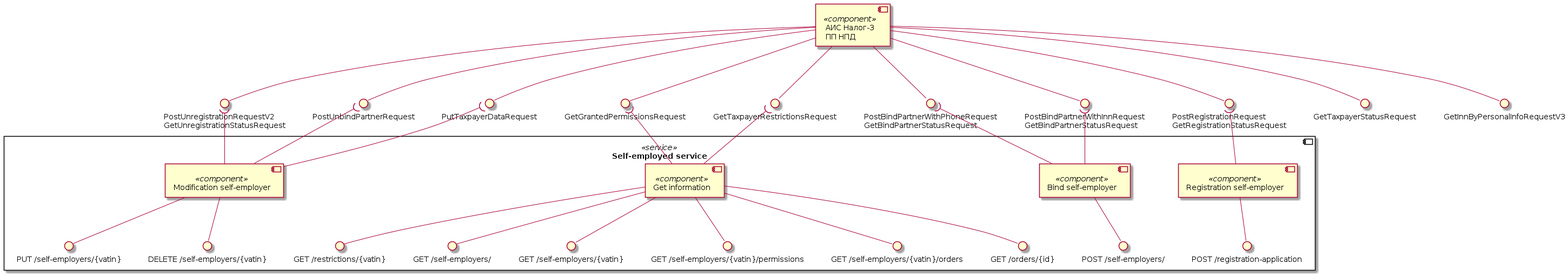
RaikBitters/ibank-internal-services keeps this PlantUML diagram as assets/images/diagrams/self-employed-service/components/self-employer-components.png. Above is the earlier version. Its diagram source:
```plantuml
@startuml self-employer-components

component "АИС Налог-3\nПП НПД" as Tax3 <<component>>
interface "GetTaxpayerRestrictionsRequest" as getTaxpayerRestrictions
interface "PostRegistrationRequest\nGetRegistrationStatusRequest" as postTaxpayerRegistration
interface "GetTaxpayerStatusRequest" as getTaxpayerStatus
interface "PutTaxpayerDataRequest" as putTaxpayerData
interface "GetGrantedPermissionsRequest" as getGrantedPermission
interface "GetInnByPersonalInfoRequestV3" as getInnByPersonalInfo
interface "PostBindPartnerWithInnRequest\nGetBindPartnerStatusRequest" as postPartnerBindInn
interface "PostBindPartnerWithPhoneRequest\nGetBindPartnerStatusRequest" as postPartnerBindPhone
interface "PostUnbindPartnerRequest" as postPartnerUnbind
interface "PostUnregistrationRequestV2\nGetUnregistrationStatusRequest" as postTaxpayerUnregistration

Tax3 --() getTaxpayerRestrictions
Tax3 --() postTaxpayerRegistration
Tax3 --() getTaxpayerStatus
Tax3 --() putTaxpayerData
Tax3 --() postPartnerBindInn
Tax3 --() postPartnerBindPhone
Tax3 --() postTaxpayerUnregistration
Tax3 --() postPartnerUnbind
Tax3 --() getGrantedPermission
Tax3 --() getInnByPersonalInfo

component "Self-employed service" as SelfEmplService <<service>> {

component "Registration self-employer" as Registration <<component>>
interface "POST /registration-application" as postRegistrationApplication
Registration --() postRegistrationApplication
Registration -up-( postTaxpayerRegistration

component "Bind self-employer" as Bind <<component>>
interface "POST /self-employers/" as postSelfEmpls
Bind --() postSelfEmpls
Bind -up-( postPartnerBindInn
Bind -up-( postPartnerBindPhone

component "Get information" as Information <<component>>
interface "GET /restrictions/{vatin}" as getRestrictions
interface "GET /self-employers/" as getSelfEmpls
interface "GET /self-employers/{vatin}" as getSelfEmplsId
interface "GET /self-employers/{vatin}/permissions" as getSelfEmplsIdPermission
interface "GET /self-employers/{vatin}/orders" as getSelfEmplsIdOrders
interface "GET /orders/{id}" as getOrdersId

Information --() getSelfEmpls
Information --() getSelfEmplsId
Information --() getOrdersId
Information --() getSelfEmplsIdOrders
Information --() getSelfEmplsIdPermission
Information --() getRestrictions

Information -up-( getTaxpayerRestrictions
Information -up-( getGrantedPermission


Component "Modification self-employer" as Modification <<component>>
interface "PUT /self-employers/{vatin}" as putSelfEmplsId
interface "DELETE /self-employers/{vatin}" as delSelfEmplsId

Modification --() putSelfEmplsId
Modification --() delSelfEmplsId

Modification -up-( putTaxpayerData
Modification -up-( postPartnerUnbind
Modification -up-( postTaxpayerUnregistration

}

@enduml
```
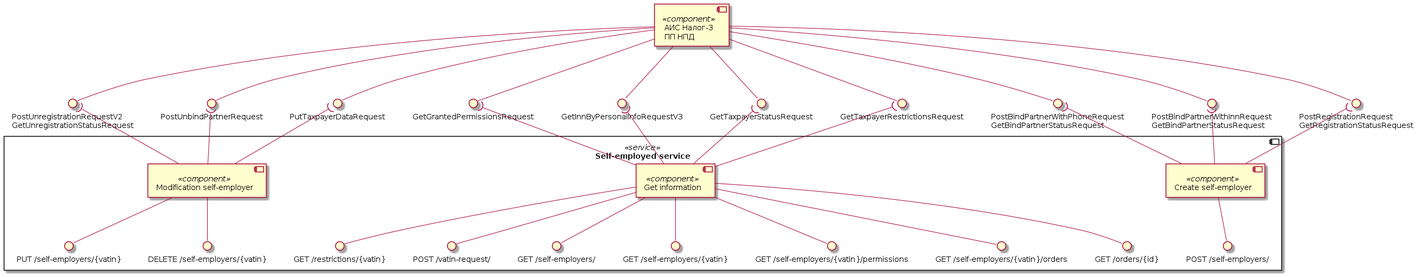
The same diagram one commit later.

What changed in the source:
```diff
@@ -25,19 +25,17 @@
 
 component "Self-employed service" as SelfEmplService <<service>> {
 
-component "Registration self-employer" as Registration <<component>>
-interface "POST /registration-application" as postRegistrationApplication
-Registration --() postRegistrationApplication
-Registration -up-( postTaxpayerRegistration
+component "Create self-employer" as CreateSelfEmpl <<component>>
+interface "POST /self-employers/" as postSelfEmpls
+CreateSelfEmpl --() postSelfEmpls
 
-component "Bind self-employer" as Bind <<component>>
-interface "POST /self-employers/" as postSelfEmpls
-Bind --() postSelfEmpls
-Bind -up-( postPartnerBindInn
-Bind -up-( postPartnerBindPhone
+CreateSelfEmpl -up-( postTaxpayerRegistration
+CreateSelfEmpl -up-( postPartnerBindInn
+CreateSelfEmpl -up-( postPartnerBindPhone
 
 component "Get information" as Information <<component>>
 interface "GET /restrictions/{vatin}" as getRestrictions
+interface "POST /vatin-request/" as postVatinRequest
 interface "GET /self-employers/" as getSelfEmpls
 interface "GET /self-employers/{vatin}" as getSelfEmplsId
 interface "GET /self-employers/{vatin}/permissions" as getSelfEmplsIdPermission
@@ -50,8 +48,11 @@
 Information --() getSelfEmplsIdOrders
 Information --() getSelfEmplsIdPermission
 Information --() getRestrictions
+Information --() postVatinRequest
 
 Information -up-( getTaxpayerRestrictions
+Information -up-( getTaxpayerStatus
+Information -up-( getInnByPersonalInfo
 Information -up-( getGrantedPermission
 
 
```
